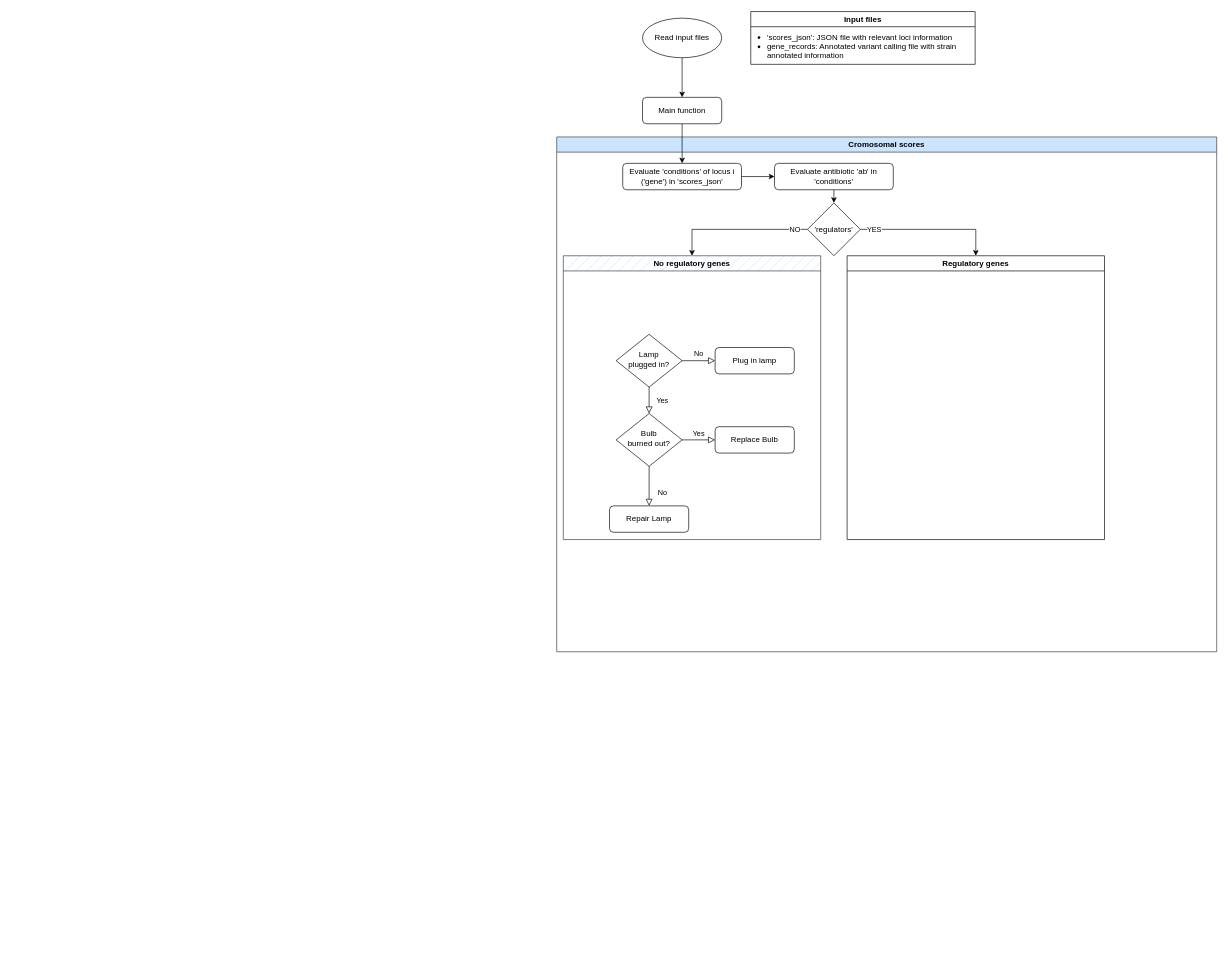
Above: Documentos/DiagramaAlgoritmoPrediccionScores.drawio in Steppewolff/AMR_prediction_scores (draw.io), before the change. Source tidied: cells renumbered, new cells numbered last; positions are measured from the earlier drawing's top-left corner, leaving out a move shared by most shapes. Both pictures are drawn from the tidied source at 66%, with x=0, y=0 at pixel (556, 11).
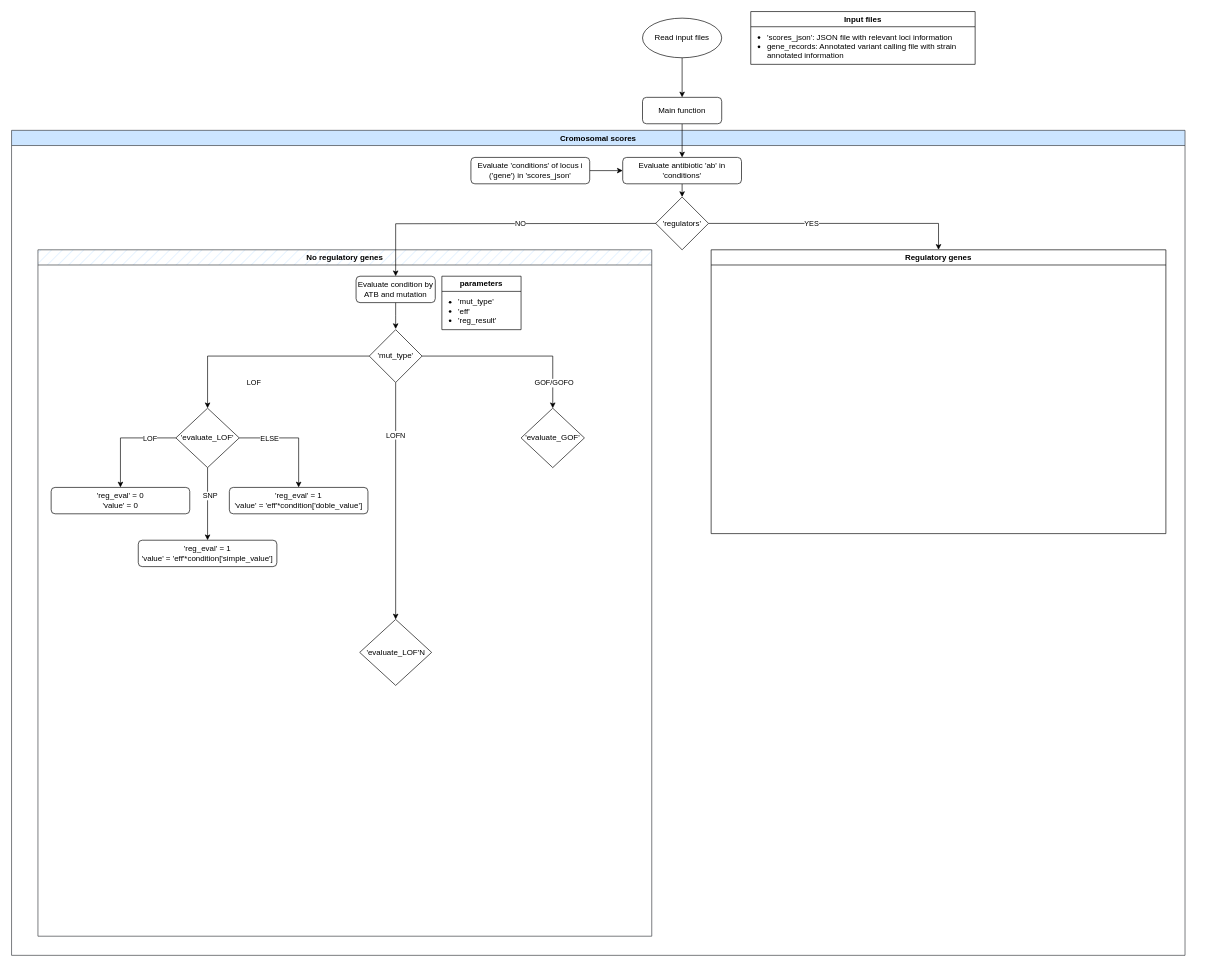
After the change.

Commit message (it also covers changes not shown here):
Finalizadas condiciones y modificados LOFN y bombas con varias subunidades que deben estar activas

The change refers to these unchanged cells:
```xml
<mxCell id="20" style="edgeStyle=orthogonalEdgeStyle;rounded=0;jettySize=auto;html=1;exitX=1;exitY=0.5;exitDx=0;exitDy=0;entryX=0.5;entryY=0;entryDx=0;entryDy=0;" parent="2" edge="1" source="22" target="13">
  <mxGeometry relative="1" as="geometry" />
</mxCell>
<mxCell id="28" value="Main function" style="rounded=1;whiteSpace=wrap;html=1;fontSize=12;glass=0;strokeWidth=1;shadow=0;" parent="1" vertex="1">
  <mxGeometry x="130" y="130" width="120" height="40" as="geometry" />
</mxCell>
```

Change to the diagram source:
```diff
@@
     <mxCell id="2" value="Cromosomal scores" style="swimlane;whiteSpace=wrap;html=1;fillColor=#cce5ff;strokeColor=#36393d;fillStyle=solid;" parent="1" vertex="1">
-      <mxGeometry y="190" width="1000" height="780" as="geometry" />
+      <mxGeometry x="-826" y="180" width="1778" height="1250" as="geometry" />
     </mxCell>
-    <mxCell id="3" value="Yes" style="rounded=0;html=1;jettySize=auto;fontSize=11;endArrow=block;endFill=0;endSize=8;strokeWidth=1;shadow=0;labelBackgroundColor=none;edgeStyle=orthogonalEdgeStyle;" parent="2" edge="1" source="5" target="9">
-      <mxGeometry y="20" relative="1" as="geometry" />
-    </mxCell>
-    <mxCell id="4" value="No" style="edgeStyle=orthogonalEdgeStyle;rounded=0;html=1;jettySize=auto;fontSize=11;endArrow=block;endFill=0;endSize=8;strokeWidth=1;shadow=0;labelBackgroundColor=none;" parent="2" edge="1" source="5" target="6">
-      <mxGeometry y="10" relative="1" as="geometry" />
-    </mxCell>
-    <mxCell id="5" value="Lamp&lt;br&gt;plugged in?" style="rhombus;whiteSpace=wrap;html=1;shadow=0;fontFamily=Helvetica;fontSize=12;align=center;strokeWidth=1;spacing=6;spacingTop=-4;" parent="2" vertex="1">
-      <mxGeometry x="90" y="299" width="100" height="80" as="geometry" />
-    </mxCell>
-    <mxCell id="6" value="Plug in lamp" style="rounded=1;whiteSpace=wrap;html=1;fontSize=12;glass=0;strokeWidth=1;shadow=0;" parent="2" vertex="1">
-      <mxGeometry x="240" y="319" width="120" height="40" as="geometry" />
-    </mxCell>
-    <mxCell id="7" value="No" style="rounded=0;html=1;jettySize=auto;fontSize=11;endArrow=block;endFill=0;endSize=8;strokeWidth=1;shadow=0;labelBackgroundColor=none;edgeStyle=orthogonalEdgeStyle;" parent="2" edge="1" source="9" target="10">
-      <mxGeometry x="0.33" y="20" relative="1" as="geometry" />
-    </mxCell>
-    <mxCell id="8" value="Yes" style="edgeStyle=orthogonalEdgeStyle;rounded=0;html=1;jettySize=auto;fontSize=11;endArrow=block;endFill=0;endSize=8;strokeWidth=1;shadow=0;labelBackgroundColor=none;" parent="2" edge="1" source="9" target="11">
-      <mxGeometry y="10" relative="1" as="geometry" />
-    </mxCell>
-    <mxCell id="9" value="Bulb&lt;br&gt;burned out?" style="rhombus;whiteSpace=wrap;html=1;shadow=0;fontFamily=Helvetica;fontSize=12;align=center;strokeWidth=1;spacing=6;spacingTop=-4;" parent="2" vertex="1">
-      <mxGeometry x="90" y="419" width="100" height="80" as="geometry" />
-    </mxCell>
-    <mxCell id="10" value="Repair Lamp" style="rounded=1;whiteSpace=wrap;html=1;fontSize=12;glass=0;strokeWidth=1;shadow=0;" parent="2" vertex="1">
-      <mxGeometry x="80" y="559" width="120" height="40" as="geometry" />
-    </mxCell>
-    <mxCell id="11" value="Replace Bulb" style="rounded=1;whiteSpace=wrap;html=1;fontSize=12;glass=0;strokeWidth=1;shadow=0;" parent="2" vertex="1">
-      <mxGeometry x="240" y="439" width="120" height="40" as="geometry" />
-    </mxCell>
     <mxCell id="12" value="No regulatory genes" style="swimlane;whiteSpace=wrap;html=1;fillColor=#cce5ff;strokeColor=#36393d;fillStyle=hatch;" parent="2" vertex="1">
-      <mxGeometry x="10" y="180" width="390" height="430" as="geometry" />
+      <mxGeometry x="40" y="181" width="930" height="1040" as="geometry" />
     </mxCell>
+    <mxCell id="29" style="edgeStyle=orthogonalEdgeStyle;rounded=0;jettySize=auto;html=1;exitX=0.5;exitY=1;exitDx=0;exitDy=0;entryX=0.5;entryY=0;entryDx=0;entryDy=0;" parent="12" edge="1" source="30">
+      <mxGeometry relative="1" as="geometry">
+        <mxPoint x="542" y="120" as="targetPoint" />
+      </mxGeometry>
+    </mxCell>
+    <mxCell id="30" value="Evaluate condition by ATB and mutation" style="rounded=1;whiteSpace=wrap;html=1;fontSize=12;glass=0;strokeWidth=1;shadow=0;" parent="12" vertex="1">
+      <mxGeometry x="482" y="40" width="120" height="40" as="geometry" />
+    </mxCell>
+    <mxCell id="31" value="parameters" style="swimlane;whiteSpace=wrap;html=1;" parent="12" vertex="1">
+      <mxGeometry x="612" y="40" width="120" height="81" as="geometry" />
+    </mxCell>
+    <mxCell id="32" value="&lt;ul&gt;&lt;li&gt;'mut_type'&lt;/li&gt;&lt;li&gt;'eff'&lt;/li&gt;&lt;li&gt;'reg_result'&lt;/li&gt;&lt;/ul&gt;" style="text;strokeColor=none;fillColor=none;align=left;verticalAlign=middle;spacingLeft=-17;spacingRight=4;overflow=hidden;whiteSpace=wrap;html=1;spacing=2;spacingTop=-6;" parent="31" vertex="1">
+      <mxGeometry y="23" width="120" height="58" as="geometry" />
+    </mxCell>
+    <mxCell id="33" style="edgeStyle=orthogonalEdgeStyle;rounded=0;jettySize=auto;html=1;exitX=0;exitY=0.5;exitDx=0;exitDy=0;entryX=0.5;entryY=0;entryDx=0;entryDy=0;" parent="12" edge="1" source="37" target="46">
+      <mxGeometry relative="1" as="geometry" />
+    </mxCell>
+    <mxCell id="34" value="LOF" style="edgeLabel;html=1;align=center;verticalAlign=middle;" parent="33" vertex="1">
+      <mxGeometry x="-0.46" relative="1" as="geometry">
+        <mxPoint x="-89" y="40" as="offset" />
+      </mxGeometry>
+    </mxCell>
+    <mxCell id="35" style="edgeStyle=orthogonalEdgeStyle;rounded=0;jettySize=auto;html=1;exitX=0.5;exitY=1;exitDx=0;exitDy=0;entryX=0.5;entryY=0;entryDx=0;entryDy=0;" parent="12" edge="1" source="37" target="51">
+      <mxGeometry relative="1" as="geometry" />
+    </mxCell>
+    <mxCell id="36" value="LOFN" style="edgeLabel;html=1;align=center;verticalAlign=middle;" parent="35" vertex="1">
+      <mxGeometry x="-0.56" y="-1" relative="1" as="geometry" />
+    </mxCell>
+    <mxCell id="37" value="'mut_type'" style="rhombus;whiteSpace=wrap;html=1;" parent="12" vertex="1">
+      <mxGeometry x="502" y="121" width="80" height="80" as="geometry" />
+    </mxCell>
+    <mxCell id="38" style="edgeStyle=orthogonalEdgeStyle;rounded=0;jettySize=auto;html=1;exitX=1;exitY=0.5;exitDx=0;exitDy=0;entryX=0.5;entryY=0;entryDx=0;entryDy=0;" parent="12" edge="1" source="37" target="47">
+      <mxGeometry relative="1" as="geometry" />
+    </mxCell>
+    <mxCell id="39" value="GOF/GOFO" style="edgeLabel;html=1;align=center;verticalAlign=middle;" parent="38" vertex="1">
+      <mxGeometry x="-0.62" relative="1" as="geometry">
+        <mxPoint x="146" y="40" as="offset" />
+      </mxGeometry>
+    </mxCell>
+    <mxCell id="40" style="edgeStyle=orthogonalEdgeStyle;rounded=0;jettySize=auto;html=1;exitX=0.5;exitY=1;exitDx=0;exitDy=0;entryX=0.5;entryY=0;entryDx=0;entryDy=0;" parent="12" edge="1" source="46" target="49">
+      <mxGeometry relative="1" as="geometry" />
+    </mxCell>
+    <mxCell id="41" value="SNP" style="edgeLabel;html=1;align=center;verticalAlign=middle;" parent="40" vertex="1">
+      <mxGeometry x="-0.24" y="3" relative="1" as="geometry" />
+    </mxCell>
+    <mxCell id="42" style="edgeStyle=orthogonalEdgeStyle;rounded=0;jettySize=auto;html=1;exitX=0;exitY=0.5;exitDx=0;exitDy=0;entryX=0.5;entryY=0;entryDx=0;entryDy=0;" parent="12" edge="1" source="46" target="48">
+      <mxGeometry relative="1" as="geometry" />
+    </mxCell>
+    <mxCell id="43" value="LOF" style="edgeLabel;html=1;align=center;verticalAlign=middle;" parent="42" vertex="1">
+      <mxGeometry x="-0.17" y="2" relative="1" as="geometry">
+        <mxPoint x="26" y="-2" as="offset" />
+      </mxGeometry>
+    </mxCell>
+    <mxCell id="44" style="edgeStyle=orthogonalEdgeStyle;rounded=0;jettySize=auto;html=1;exitX=1;exitY=0.5;exitDx=0;exitDy=0;entryX=0.5;entryY=0;entryDx=0;entryDy=0;" parent="12" edge="1" source="46" target="50">
+      <mxGeometry relative="1" as="geometry" />
+    </mxCell>
+    <mxCell id="45" value="ELSE" style="edgeLabel;html=1;align=center;verticalAlign=middle;" parent="44" vertex="1">
+      <mxGeometry x="-0.65" y="-4" relative="1" as="geometry">
+        <mxPoint x="16" y="-4" as="offset" />
+      </mxGeometry>
+    </mxCell>
+    <mxCell id="46" value="'evaluate_LOF'" style="rhombus;whiteSpace=wrap;html=1;" parent="12" vertex="1">
+      <mxGeometry x="209" y="240" width="96" height="90" as="geometry" />
+    </mxCell>
+    <mxCell id="47" value="'evaluate_GOF'" style="rhombus;whiteSpace=wrap;html=1;" parent="12" vertex="1">
+      <mxGeometry x="732" y="240" width="96" height="90" as="geometry" />
+    </mxCell>
+    <mxCell id="48" value="'reg_eval' = 0&lt;div&gt;'value' = 0&lt;/div&gt;" style="rounded=1;whiteSpace=wrap;html=1;fontSize=12;glass=0;strokeWidth=1;shadow=0;" parent="12" vertex="1">
+      <mxGeometry x="20" y="360" width="210" height="40" as="geometry" />
+    </mxCell>
+    <mxCell id="49" value="'reg_eval' = 1&lt;div&gt;'value' = 'eff'*condition['simple_value']&lt;/div&gt;" style="rounded=1;whiteSpace=wrap;html=1;fontSize=12;glass=0;strokeWidth=1;shadow=0;" parent="12" vertex="1">
+      <mxGeometry x="152" y="440" width="210" height="40" as="geometry" />
+    </mxCell>
+    <mxCell id="50" value="'reg_eval' = 1&lt;div&gt;'value' = 'eff'*condition['doble_value']&lt;/div&gt;" style="rounded=1;whiteSpace=wrap;html=1;fontSize=12;glass=0;strokeWidth=1;shadow=0;" parent="12" vertex="1">
+      <mxGeometry x="290" y="360" width="210" height="40" as="geometry" />
+    </mxCell>
+    <mxCell id="51" value="'evaluate_LOF'N" style="rhombus;whiteSpace=wrap;html=1;" parent="12" vertex="1">
+      <mxGeometry x="487.5" y="560" width="109" height="100" as="geometry" />
+    </mxCell>
     <mxCell id="13" value="Regulatory genes" style="swimlane;whiteSpace=wrap;html=1;" parent="2" vertex="1">
-      <mxGeometry x="440" y="180" width="390" height="430" as="geometry" />
+      <mxGeometry x="1060" y="181" width="689" height="430" as="geometry" />
     </mxCell>
@@
     <mxCell id="15" value="Evaluate 'conditions' of locus i ('gene') in 'scores_json'" style="rounded=1;whiteSpace=wrap;html=1;fontSize=12;glass=0;strokeWidth=1;shadow=0;" parent="2" vertex="1">
-      <mxGeometry x="100" y="40" width="180" height="40" as="geometry" />
+      <mxGeometry x="696" y="41" width="180" height="40" as="geometry" />
     </mxCell>
@@
     <mxCell id="17" value="Evaluate antibiotic 'ab'&amp;nbsp;in 'conditions'" style="rounded=1;whiteSpace=wrap;html=1;fontSize=12;glass=0;strokeWidth=1;shadow=0;" parent="2" vertex="1">
-      <mxGeometry x="330" y="40" width="180" height="40" as="geometry" />
+      <mxGeometry x="926" y="41" width="180" height="40" as="geometry" />
     </mxCell>
-    <mxCell id="18" style="edgeStyle=orthogonalEdgeStyle;rounded=0;jettySize=auto;html=1;exitX=0;exitY=0.5;exitDx=0;exitDy=0;" parent="2" edge="1" source="22" target="12">
-      <mxGeometry relative="1" as="geometry" />
+    <mxCell id="18" style="edgeStyle=orthogonalEdgeStyle;rounded=0;jettySize=auto;html=1;exitX=0;exitY=0.5;exitDx=0;exitDy=0;entryX=0.5;entryY=0;entryDx=0;entryDy=0;" parent="2" edge="1" target="30">
+      <mxGeometry relative="1" as="geometry">
+        <mxPoint x="996" y="141" as="sourcePoint" />
+      </mxGeometry>
     </mxCell>
     <mxCell id="19" value="NO" style="edgeLabel;html=1;align=center;verticalAlign=middle;" parent="18" vertex="1">
       <mxGeometry x="0.34" relative="1" as="geometry">
-        <mxPoint x="124" as="offset" />
+        <mxPoint x="105" as="offset" />
       </mxGeometry>
     </mxCell>
@@
     <mxCell id="21" value="YES" style="edgeLabel;html=1;align=center;verticalAlign=middle;" parent="20" vertex="1">
-      <mxGeometry x="0.34" relative="1" as="geometry">
-        <mxPoint x="-124" as="offset" />
+      <mxGeometry x="0.01" y="-2" relative="1" as="geometry">
+        <mxPoint x="-41" y="-2" as="offset" />
       </mxGeometry>
     </mxCell>
     <mxCell id="22" value="'regulators'" style="rhombus;whiteSpace=wrap;html=1;" parent="2" vertex="1">
-      <mxGeometry x="380" y="100" width="80" height="80" as="geometry" />
+      <mxGeometry x="976" y="101" width="80" height="80" as="geometry" />
     </mxCell>
@@
-    <mxCell id="27" style="edgeStyle=orthogonalEdgeStyle;rounded=0;jettySize=auto;html=1;exitX=0.5;exitY=1;exitDx=0;exitDy=0;entryX=0.5;entryY=0;entryDx=0;entryDy=0;" parent="1" edge="1" source="28" target="15">
-      <mxGeometry relative="1" as="geometry" />
-    </mxCell>
+    <mxCell id="52" style="edgeStyle=orthogonalEdgeStyle;rounded=0;jettySize=auto;html=1;exitX=0.5;exitY=1;exitDx=0;exitDy=0;entryX=0.5;entryY=0;entryDx=0;entryDy=0;" parent="1" edge="1" source="28" target="17">
+      <mxGeometry relative="1" as="geometry" />
+    </mxCell>
```
